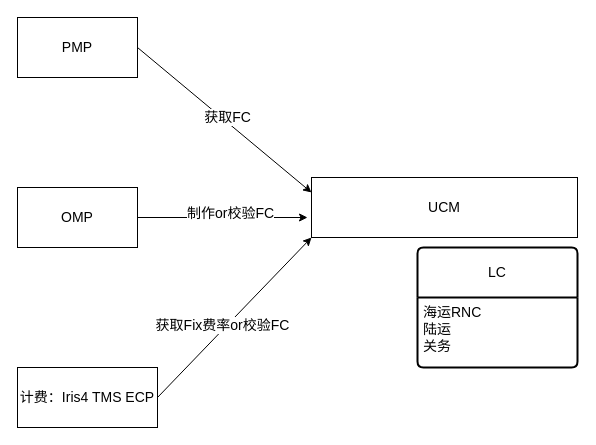
Before: page "PMP OMP 计费模块 - UCM 交互基本关系" (1 of 2) of UCM-OMPPMP.drawio in Linsq0504/OMP, a draw.io diagram. Source tidied: cells renumbered, new cells numbered last; positions are measured from the earlier drawing's top-left corner, leaving out a move shared by most shapes. Both pictures are drawn from the tidied source at 100%, with x=0, y=0 at pixel (17, 17).
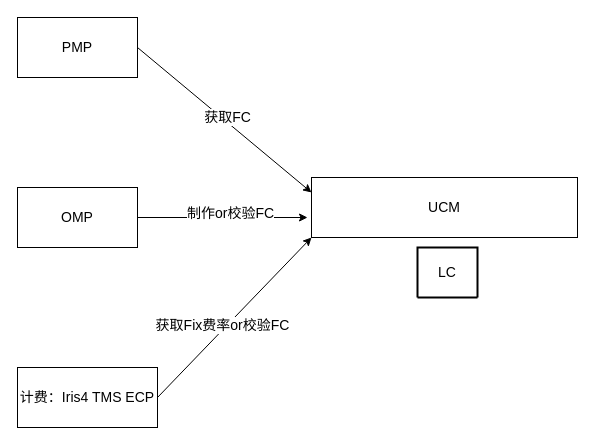
The same page after the edit.

The edit, as a diff of the source:
```diff
@@
 <mxGraphModel>
   <root>
     <mxCell id="0" />
     <mxCell id="1" parent="0" />
     <mxCell id="2" value="PMP" style="rounded=0;whiteSpace=wrap;html=1;fontSize=14;" parent="1" vertex="1">
       <mxGeometry width="120" height="60" as="geometry" />
     </mxCell>
     <mxCell id="3" value="OMP" style="rounded=0;whiteSpace=wrap;html=1;fontSize=14;" parent="1" vertex="1">
       <mxGeometry y="170" width="120" height="60" as="geometry" />
     </mxCell>
     <mxCell id="4" value="计费：Iris4 TMS ECP" style="rounded=0;whiteSpace=wrap;html=1;fontSize=14;" parent="1" vertex="1">
       <mxGeometry y="350" width="140" height="60" as="geometry" />
     </mxCell>
     <mxCell id="5" value="UCM" style="rounded=0;whiteSpace=wrap;html=1;fontSize=14;" parent="1" vertex="1">
       <mxGeometry x="294" y="160" width="266" height="60" as="geometry" />
     </mxCell>
     <mxCell id="6" style="endArrow=classic;html=1;rounded=0;entryX=0;entryY=0.25;entryDx=0;entryDy=0;" parent="1" edge="1" target="5">
       <mxGeometry relative="1" as="geometry">
         <mxPoint x="120" y="30" as="sourcePoint" />
       </mxGeometry>
     </mxCell>
     <mxCell id="7" value="获取FC" style="edgeLabel;html=1;align=center;verticalAlign=middle;fontSize=14;" parent="6" vertex="1">
       <mxGeometry y="4" relative="1" as="geometry" />
     </mxCell>
     <mxCell id="8" style="endArrow=classic;html=1;rounded=0;exitX=1;exitY=0.5;exitDx=0;exitDy=0;" parent="1" edge="1" source="3">
       <mxGeometry relative="1" as="geometry">
         <mxPoint x="290" y="200" as="targetPoint" />
       </mxGeometry>
     </mxCell>
     <mxCell id="9" value="制作or校验FC" style="edgeLabel;html=1;align=center;verticalAlign=middle;fontSize=14;" parent="8" vertex="1">
       <mxGeometry x="0.08" y="5" relative="1" as="geometry" />
     </mxCell>
     <mxCell id="10" style="endArrow=classic;html=1;rounded=0;entryX=0;entryY=1;entryDx=0;entryDy=0;" parent="1" edge="1" target="5">
       <mxGeometry relative="1" as="geometry">
         <mxPoint x="140" y="380" as="sourcePoint" />
       </mxGeometry>
     </mxCell>
     <mxCell id="11" value="&lt;font style=&quot;font-size: 14px;&quot;&gt;获取Fix费率or校验FC&lt;/font&gt;" style="edgeLabel;html=1;align=center;verticalAlign=middle;" parent="10" vertex="1">
       <mxGeometry x="-0.13" y="4" relative="1" as="geometry" />
     </mxCell>
-    <mxCell id="12" value="LC" style="swimlane;horizontal=1;startSize=50;rounded=1;fontSize=14;fontStyle=0;strokeWidth=2;shadow=0;dashed=0;align=center;arcSize=4;whiteSpace=wrap;html=1;" parent="1" vertex="1">
-      <mxGeometry x="400" y="230" width="160" height="120" as="geometry" />
+    <mxCell id="12" value="LC" style="swimlane;horizontal=1;startSize=50;rounded=1;fontSize=14;fontStyle=0;strokeWidth=2;shadow=0;dashed=0;align=center;arcSize=4;whiteSpace=wrap;html=1;" parent="1" vertex="1" collapsed="1">
+      <mxGeometry x="400" y="230" width="60" height="50" as="geometry" />
     </mxCell>
-    <mxCell id="13" value="&lt;font style=&quot;font-size: 14px;&quot;&gt;海运RNC&lt;/font&gt;&lt;div&gt;&lt;font style=&quot;font-size: 14px;&quot;&gt;陆运&lt;/font&gt;&lt;/div&gt;&lt;div&gt;&lt;font style=&quot;font-size: 14px;&quot;&gt;关务&lt;/font&gt;&lt;/div&gt;" style="align=left;strokeColor=none;fillColor=none;spacingLeft=4;spacingRight=4;fontSize=12;verticalAlign=top;html=1;whiteSpace=wrap;" parent="12" vertex="1">
-      <mxGeometry y="50" width="160" height="70" as="geometry" />
-    </mxCell>
   </root>
 </mxGraphModel>
```
